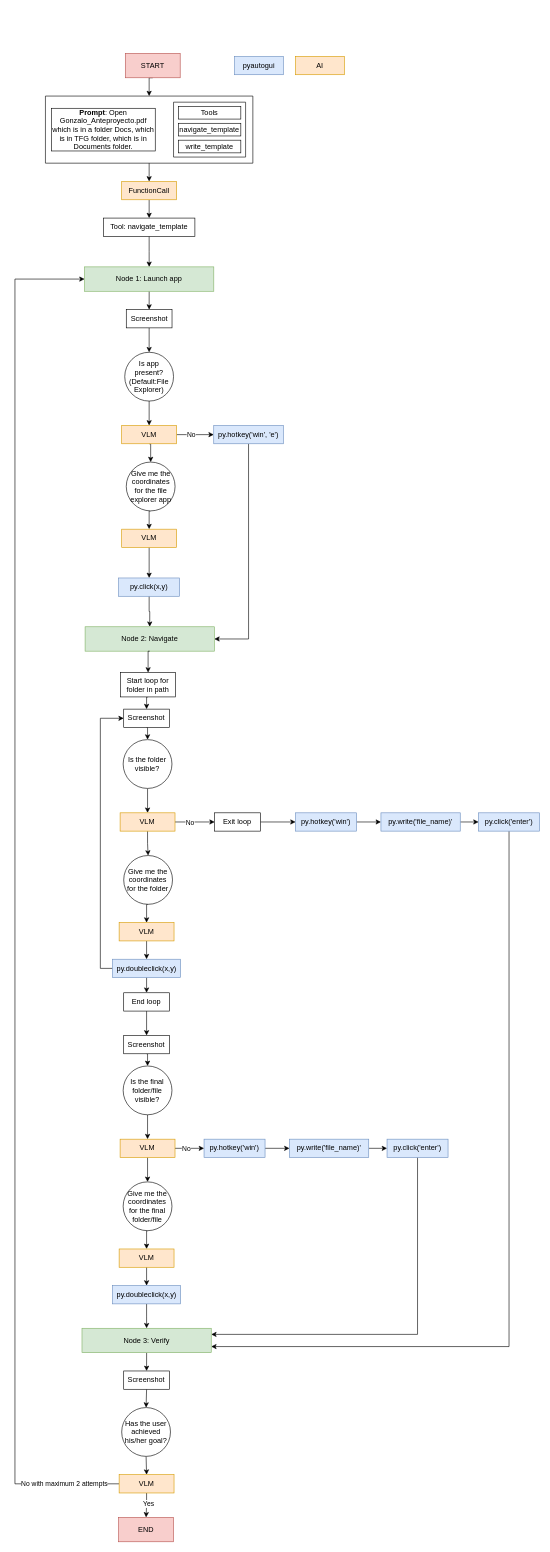
Above: Workflows/navigate_template.drawio in gontorrs/autopilot (draw.io), before the change. Source tidied: cells renumbered, new cells numbered last; positions are measured from the earlier drawing's top-left corner, leaving out a move shared by most shapes. Both pictures are drawn from the tidied source at 61%, with x=0, y=0 at pixel (15, 53).
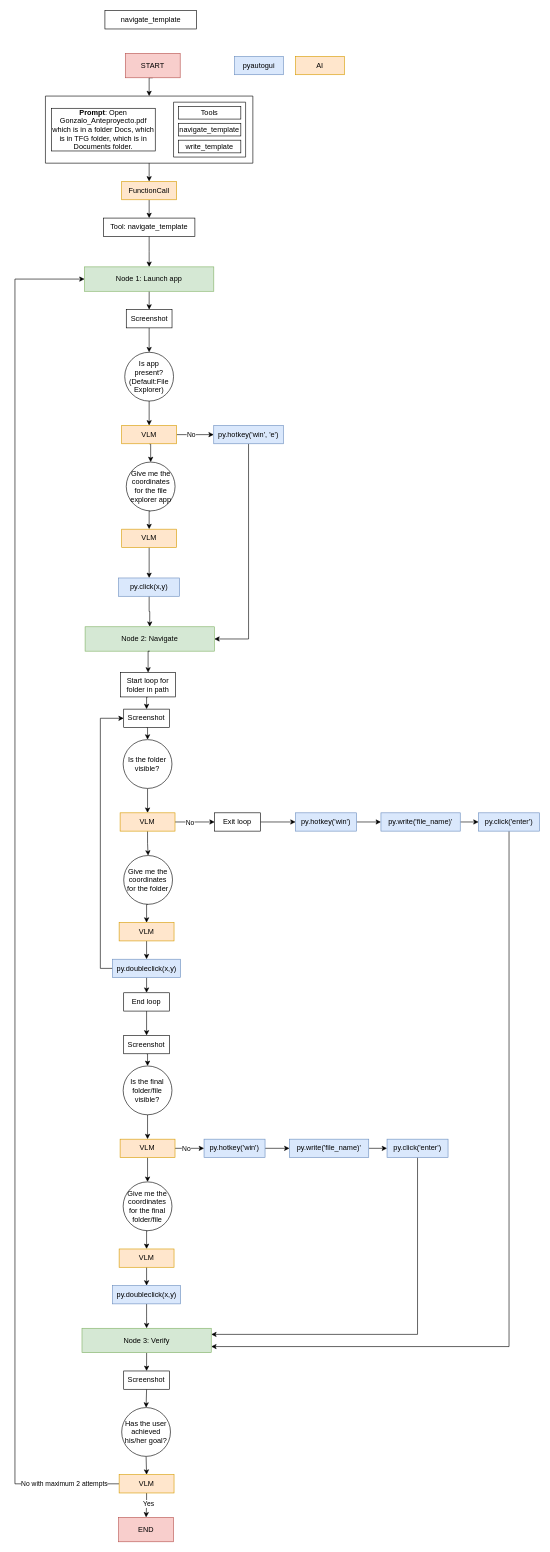
The same diagram, later.

The edit, as a diff of the source:
```diff
@@
+    <mxCell id="98" value="navigate_template" style="rounded=0;whiteSpace=wrap;html=1;" parent="1" vertex="1">
+      <mxGeometry x="147.5" y="-70" width="150" height="30" as="geometry" />
+    </mxCell>
```
